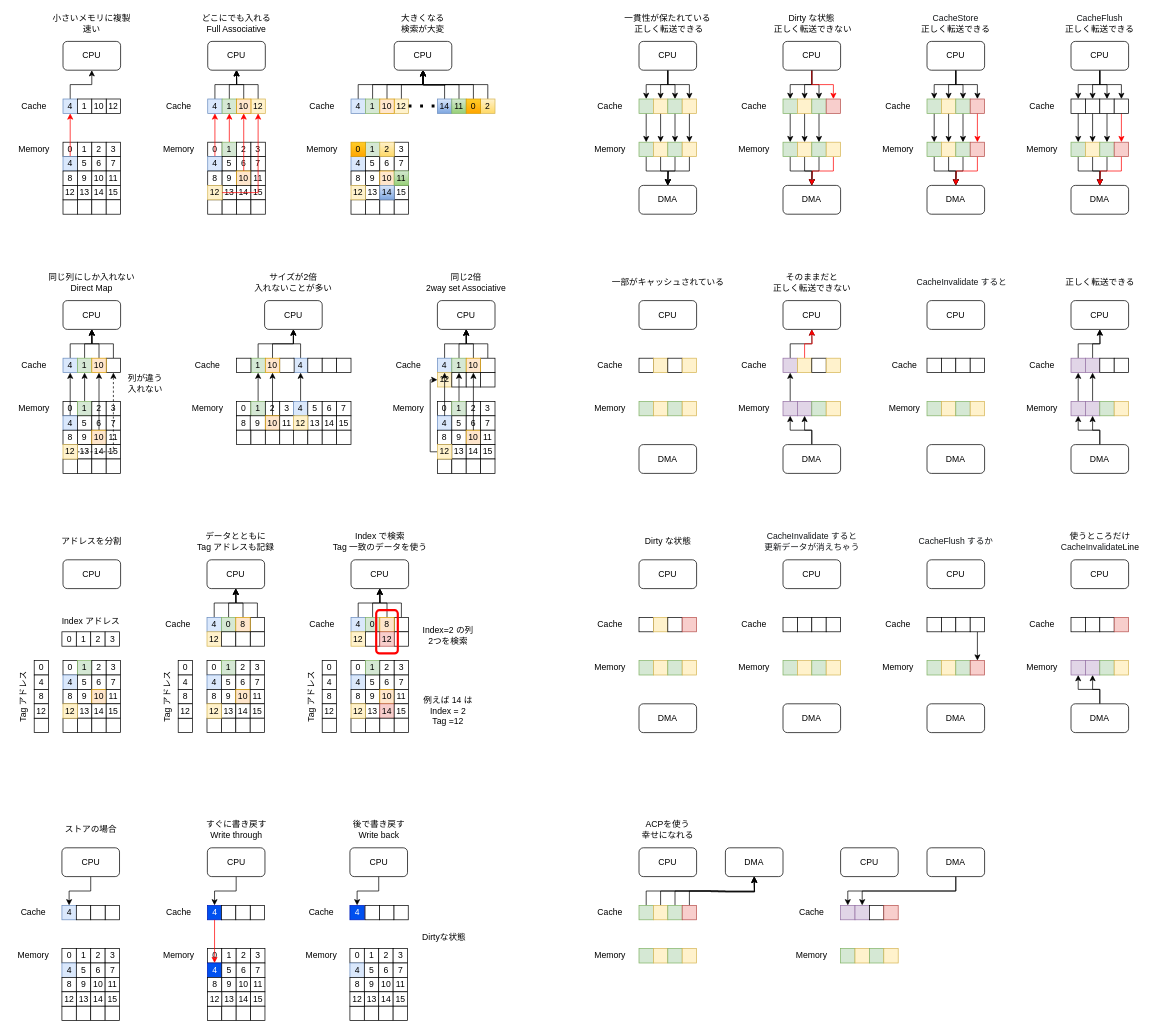
Above: petalinux_dma/Cache/キャッシュ.drawio in tom01h/TIL (draw.io), before the change. Source tidied: cells renumbered, new cells numbered last; positions are measured from the earlier drawing's top-left corner, leaving out a move shared by most shapes. Both pictures are drawn from the tidied source at 72%, with x=0, y=0 at pixel (-24, 12).
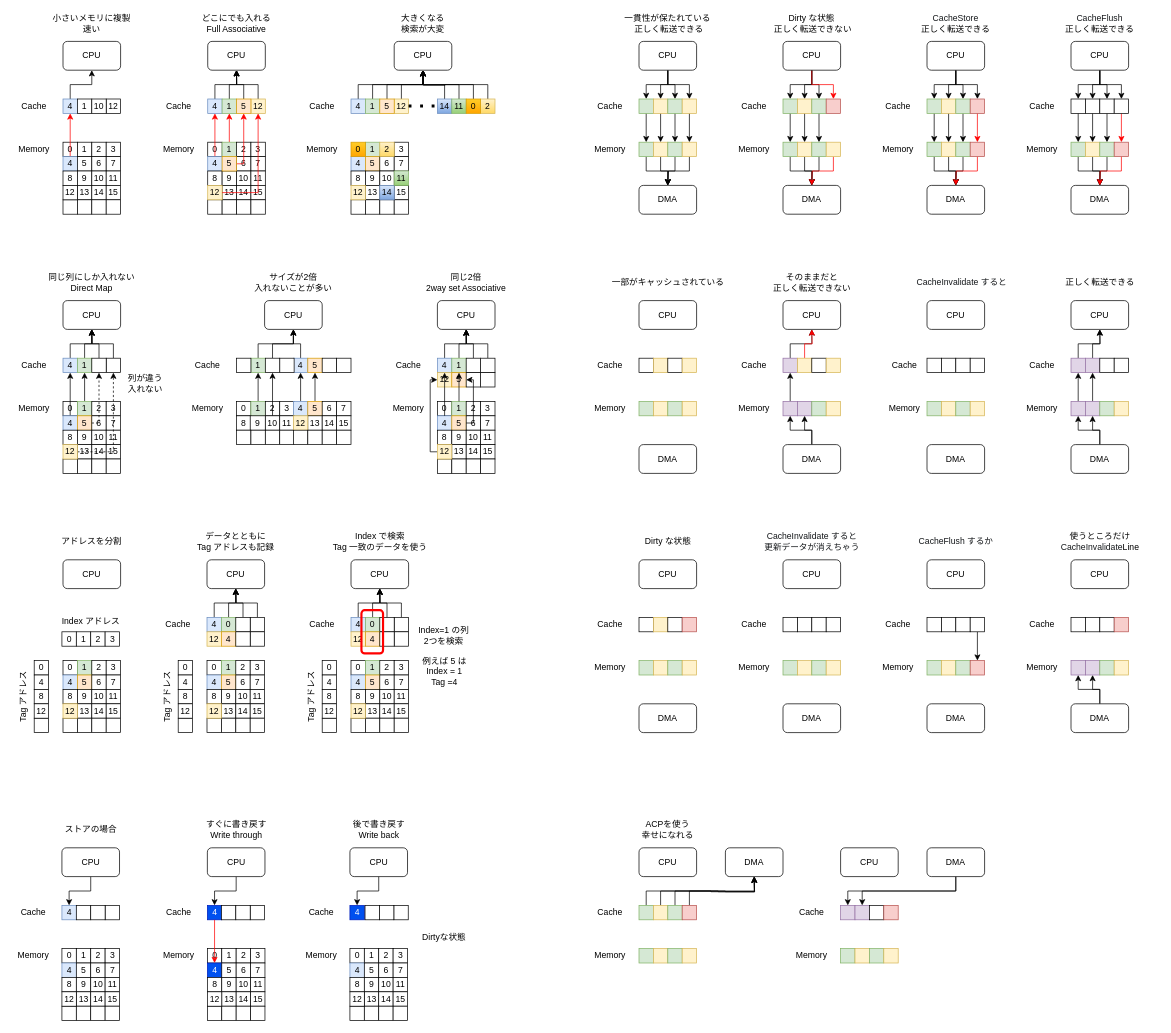
The same page after the edit.

Unchanged cells that the change refers to:
```xml
<mxCell id="375" value="6" style="rounded=0;whiteSpace=wrap;html=1;" parent="1" vertex="1">
  <mxGeometry x="160" y="560" width="20" height="20" as="geometry" />
</mxCell>
<mxCell id="477" style="rounded=0;whiteSpace=wrap;html=1;" parent="1" vertex="1">
  <mxGeometry x="680" y="500" width="20" height="20" as="geometry" />
</mxCell>
```

Change to the diagram source:
```diff
@@
-    <mxCell id="297" value="5" style="rounded=0;whiteSpace=wrap;html=1;" parent="1" vertex="1">
-      <mxGeometry x="341" y="200" width="20" height="20" as="geometry" />
-    </mxCell>
@@
-    <mxCell id="302" style="edgeStyle=orthogonalEdgeStyle;rounded=0;jettySize=auto;html=1;exitX=0.5;exitY=0;exitDx=0;exitDy=0;entryX=0.5;entryY=1;entryDx=0;entryDy=0;strokeColor=#FF0000;" parent="1" edge="1" source="303" target="313">
-      <mxGeometry relative="1" as="geometry" />
-    </mxCell>
-    <mxCell id="303" value="10" style="rounded=0;whiteSpace=wrap;html=1;fillColor=#ffe6cc;strokeColor=#d79b00;" parent="1" vertex="1">
+    <mxCell id="303" value="10" style="rounded=0;whiteSpace=wrap;html=1;" parent="1" vertex="1">
       <mxGeometry x="361" y="220" width="20" height="20" as="geometry" />
     </mxCell>
@@
-    <mxCell id="313" value="10" style="rounded=0;whiteSpace=wrap;html=1;fillColor=#ffe6cc;strokeColor=#d79b00;" parent="1" vertex="1">
+    <mxCell id="313" value="5" style="rounded=0;whiteSpace=wrap;html=1;fillColor=#ffe6cc;strokeColor=#d79b00;" parent="1" vertex="1">
       <mxGeometry x="361" y="120" width="20" height="20" as="geometry" />
     </mxCell>
@@
-    <mxCell id="329" value="5" style="rounded=0;whiteSpace=wrap;html=1;" parent="1" vertex="1">
+    <mxCell id="329" value="5" style="rounded=0;whiteSpace=wrap;html=1;fillColor=#ffe6cc;strokeColor=#d79b00;" parent="1" vertex="1">
       <mxGeometry x="540" y="200" width="20" height="20" as="geometry" />
     </mxCell>
@@
-    <mxCell id="334" value="10" style="rounded=0;whiteSpace=wrap;html=1;fillColor=#ffe6cc;strokeColor=#d79b00;" parent="1" vertex="1">
+    <mxCell id="334" value="10" style="rounded=0;whiteSpace=wrap;html=1;" parent="1" vertex="1">
       <mxGeometry x="560" y="220" width="20" height="20" as="geometry" />
     </mxCell>
@@
-    <mxCell id="342" value="10" style="rounded=0;whiteSpace=wrap;html=1;fillColor=#ffe6cc;strokeColor=#d79b00;" parent="1" vertex="1">
+    <mxCell id="342" value="5" style="rounded=0;whiteSpace=wrap;html=1;fillColor=#ffe6cc;strokeColor=#d79b00;" parent="1" vertex="1">
       <mxGeometry x="560" y="120" width="20" height="20" as="geometry" />
     </mxCell>
@@
-    <mxCell id="374" value="5" style="rounded=0;whiteSpace=wrap;html=1;" parent="1" vertex="1">
+    <mxCell id="374" value="5" style="rounded=0;whiteSpace=wrap;html=1;fillColor=#ffe6cc;strokeColor=#d79b00;" parent="1" vertex="1">
       <mxGeometry x="140" y="560" width="20" height="20" as="geometry" />
     </mxCell>
@@
-    <mxCell id="379" style="edgeStyle=orthogonalEdgeStyle;rounded=0;jettySize=auto;html=1;exitX=0.5;exitY=0;exitDx=0;exitDy=0;entryX=0.5;entryY=1;entryDx=0;entryDy=0;" parent="1" edge="1" source="380" target="390">
-      <mxGeometry relative="1" as="geometry" />
-    </mxCell>
-    <mxCell id="380" value="10" style="rounded=0;whiteSpace=wrap;html=1;fillColor=#ffe6cc;strokeColor=#d79b00;" parent="1" vertex="1">
+    <mxCell id="380" value="10" style="rounded=0;whiteSpace=wrap;html=1;" parent="1" vertex="1">
       <mxGeometry x="160" y="580" width="20" height="20" as="geometry" />
     </mxCell>
@@
-    <mxCell id="390" value="10" style="rounded=0;whiteSpace=wrap;html=1;fillColor=#ffe6cc;strokeColor=#d79b00;" parent="1" vertex="1">
+    <mxCell id="390" style="rounded=0;whiteSpace=wrap;html=1;" parent="1" vertex="1">
       <mxGeometry x="160" y="480" width="20" height="20" as="geometry" />
     </mxCell>
@@
+    <mxCell id="692" style="edgeStyle=orthogonalEdgeStyle;rounded=0;jettySize=auto;html=1;exitX=0.5;exitY=0;exitDx=0;exitDy=0;entryX=0.5;entryY=1;entryDx=0;entryDy=0;strokeColor=#000000;" parent="1" edge="1" source="410" target="433">
+      <mxGeometry relative="1" as="geometry" />
+    </mxCell>
-    <mxCell id="410" value="5" style="rounded=0;whiteSpace=wrap;html=1;" parent="1" vertex="1">
+    <mxCell id="410" value="5" style="rounded=0;whiteSpace=wrap;html=1;fillColor=#ffe6cc;strokeColor=#d79b00;" parent="1" vertex="1">
       <mxGeometry x="460" y="540" width="20" height="20" as="geometry" />
     </mxCell>
@@
-    <mxCell id="416" value="10" style="rounded=0;whiteSpace=wrap;html=1;fillColor=#ffe6cc;strokeColor=#d79b00;" parent="1" vertex="1">
+    <mxCell id="416" value="10" style="rounded=0;whiteSpace=wrap;html=1;" parent="1" vertex="1">
       <mxGeometry x="401" y="560" width="20" height="20" as="geometry" />
     </mxCell>
@@
-    <mxCell id="426" value="10" style="rounded=0;whiteSpace=wrap;html=1;fillColor=#ffe6cc;strokeColor=#d79b00;" parent="1" vertex="1">
+    <mxCell id="426" style="rounded=0;whiteSpace=wrap;html=1;" parent="1" vertex="1">
       <mxGeometry x="401" y="480" width="20" height="20" as="geometry" />
     </mxCell>
@@
-    <mxCell id="433" style="rounded=0;whiteSpace=wrap;html=1;" parent="1" vertex="1">
+    <mxCell id="433" value="5" style="rounded=0;whiteSpace=wrap;html=1;fillColor=#ffe6cc;strokeColor=#d79b00;" parent="1" vertex="1">
       <mxGeometry x="460" y="480" width="20" height="20" as="geometry" />
     </mxCell>
@@
-    <mxCell id="453" value="5" style="rounded=0;whiteSpace=wrap;html=1;" parent="1" vertex="1">
+    <mxCell id="453" value="5" style="rounded=0;whiteSpace=wrap;html=1;fillColor=#ffe6cc;strokeColor=#d79b00;" parent="1" vertex="1">
       <mxGeometry x="660" y="560" width="20" height="20" as="geometry" />
     </mxCell>
@@
-    <mxCell id="459" value="10" style="rounded=0;whiteSpace=wrap;html=1;fillColor=#ffe6cc;strokeColor=#d79b00;" parent="1" vertex="1">
+    <mxCell id="459" value="10" style="rounded=0;whiteSpace=wrap;html=1;" parent="1" vertex="1">
       <mxGeometry x="680" y="580" width="20" height="20" as="geometry" />
     </mxCell>
@@
-    <mxCell id="469" value="10" style="rounded=0;whiteSpace=wrap;html=1;fillColor=#ffe6cc;strokeColor=#d79b00;" parent="1" vertex="1">
+    <mxCell id="469" style="rounded=0;whiteSpace=wrap;html=1;" parent="1" vertex="1">
       <mxGeometry x="680" y="480" width="20" height="20" as="geometry" />
     </mxCell>
@@
-    <mxCell id="474" style="rounded=0;whiteSpace=wrap;html=1;" parent="1" vertex="1">
+    <mxCell id="474" value="5" style="rounded=0;whiteSpace=wrap;html=1;fillColor=#ffe6cc;strokeColor=#d79b00;" parent="1" vertex="1">
       <mxGeometry x="660" y="500" width="20" height="20" as="geometry" />
     </mxCell>
@@
-    <mxCell id="478" style="edgeStyle=orthogonalEdgeStyle;rounded=0;jettySize=auto;html=1;exitX=0.5;exitY=0;exitDx=0;exitDy=0;entryX=0.5;entryY=0;entryDx=0;entryDy=0;" parent="1" edge="1" source="459" target="477">
-      <mxGeometry relative="1" as="geometry">
-        <Array as="points">
-          <mxPoint x="690" y="520" />
-          <mxPoint x="690" y="520" />
-        </Array>
-      </mxGeometry>
-    </mxCell>
@@
-    <mxCell id="569" value="5" style="rounded=0;whiteSpace=wrap;html=1;" parent="1" vertex="1">
+    <mxCell id="569" value="5" style="rounded=0;whiteSpace=wrap;html=1;fillColor=#ffe6cc;strokeColor=#d79b00;" parent="1" vertex="1">
       <mxGeometry x="140" y="920" width="20" height="20" as="geometry" />
     </mxCell>
@@
-    <mxCell id="574" value="10" style="rounded=0;whiteSpace=wrap;html=1;fillColor=#ffe6cc;strokeColor=#d79b00;" parent="1" vertex="1">
+    <mxCell id="574" value="10" style="rounded=0;whiteSpace=wrap;html=1;" parent="1" vertex="1">
       <mxGeometry x="160" y="940" width="20" height="20" as="geometry" />
     </mxCell>
@@
-    <mxCell id="611" value="5" style="rounded=0;whiteSpace=wrap;html=1;" parent="1" vertex="1">
+    <mxCell id="611" value="5" style="rounded=0;whiteSpace=wrap;html=1;fillColor=#ffe6cc;strokeColor=#d79b00;" parent="1" vertex="1">
       <mxGeometry x="340" y="920" width="20" height="20" as="geometry" />
     </mxCell>
@@
-    <mxCell id="617" value="10" style="rounded=0;whiteSpace=wrap;html=1;fillColor=#ffe6cc;strokeColor=#d79b00;" parent="1" vertex="1">
+    <mxCell id="617" value="10" style="rounded=0;whiteSpace=wrap;html=1;" parent="1" vertex="1">
       <mxGeometry x="360" y="940" width="20" height="20" as="geometry" />
     </mxCell>
@@
-    <mxCell id="627" value="8" style="rounded=0;whiteSpace=wrap;html=1;fillColor=#ffe6cc;strokeColor=#d79b00;" parent="1" vertex="1">
+    <mxCell id="627" style="rounded=0;whiteSpace=wrap;html=1;" parent="1" vertex="1">
       <mxGeometry x="360" y="840" width="20" height="20" as="geometry" />
     </mxCell>
@@
-    <mxCell id="630" style="rounded=0;whiteSpace=wrap;html=1;" parent="1" vertex="1">
+    <mxCell id="630" value="4" style="rounded=0;whiteSpace=wrap;html=1;fillColor=#ffe6cc;strokeColor=#d79b00;" parent="1" vertex="1">
       <mxGeometry x="340" y="860" width="20" height="20" as="geometry" />
     </mxCell>
@@
-    <mxCell id="649" value="5" style="rounded=0;whiteSpace=wrap;html=1;" parent="1" vertex="1">
+    <mxCell id="649" value="5" style="rounded=0;whiteSpace=wrap;html=1;fillColor=#ffe6cc;strokeColor=#d79b00;" parent="1" vertex="1">
       <mxGeometry x="540" y="920" width="20" height="20" as="geometry" />
     </mxCell>
@@
-    <mxCell id="655" value="10" style="rounded=0;whiteSpace=wrap;html=1;fillColor=#ffe6cc;strokeColor=#d79b00;" parent="1" vertex="1">
+    <mxCell id="655" value="10" style="rounded=0;whiteSpace=wrap;html=1;" parent="1" vertex="1">
       <mxGeometry x="560" y="940" width="20" height="20" as="geometry" />
     </mxCell>
@@
-    <mxCell id="658" value="14" style="rounded=0;whiteSpace=wrap;html=1;fillColor=#f8cecc;strokeColor=#b85450;" parent="1" vertex="1">
+    <mxCell id="658" value="14" style="rounded=0;whiteSpace=wrap;html=1;" parent="1" vertex="1">
       <mxGeometry x="560" y="960" width="20" height="20" as="geometry" />
     </mxCell>
@@
-    <mxCell id="665" value="8" style="rounded=0;whiteSpace=wrap;html=1;fillColor=#ffe6cc;strokeColor=#d79b00;" parent="1" vertex="1">
+    <mxCell id="665" style="rounded=0;whiteSpace=wrap;html=1;" parent="1" vertex="1">
       <mxGeometry x="560" y="840" width="20" height="20" as="geometry" />
     </mxCell>
@@
-    <mxCell id="668" style="rounded=0;whiteSpace=wrap;html=1;" parent="1" vertex="1">
+    <mxCell id="668" value="4" style="rounded=0;whiteSpace=wrap;html=1;fillColor=#ffe6cc;strokeColor=#d79b00;" parent="1" vertex="1">
       <mxGeometry x="540" y="860" width="20" height="20" as="geometry" />
     </mxCell>
@@
-    <mxCell id="670" value="12" style="rounded=0;whiteSpace=wrap;html=1;fillColor=#f8cecc;strokeColor=#b85450;" parent="1" vertex="1">
+    <mxCell id="670" style="rounded=0;whiteSpace=wrap;html=1;" parent="1" vertex="1">
       <mxGeometry x="560" y="860" width="20" height="20" as="geometry" />
     </mxCell>
-    <mxCell id="671" value="例えば 14 は&lt;br&gt;Index = 2&lt;br&gt;Tag =12" style="text;html=1;strokeColor=none;fillColor=none;align=center;verticalAlign=middle;whiteSpace=wrap;rounded=0;" parent="1" vertex="1">
-      <mxGeometry x="614.5" y="950" width="80" height="40" as="geometry" />
+    <mxCell id="671" value="例えば 5 は&lt;br&gt;Index = 1&lt;br&gt;Tag =4" style="text;html=1;strokeColor=none;fillColor=none;align=center;verticalAlign=middle;whiteSpace=wrap;rounded=0;" parent="1" vertex="1">
+      <mxGeometry x="610" y="895" width="80" height="40" as="geometry" />
     </mxCell>
     <mxCell id="672" style="rounded=1;whiteSpace=wrap;html=1;fillColor=none;strokeWidth=3;strokeColor=#FF0000;" parent="1" vertex="1">
-      <mxGeometry x="555" y="830" width="30" height="60" as="geometry" />
+      <mxGeometry x="534.5" y="830" width="30" height="60" as="geometry" />
     </mxCell>
-    <mxCell id="673" value="Index=2 の列&lt;br&gt;2つを検索" style="text;html=1;strokeColor=none;fillColor=none;align=center;verticalAlign=middle;whiteSpace=wrap;rounded=0;" parent="1" vertex="1">
-      <mxGeometry x="615" y="850" width="80" height="30" as="geometry" />
+    <mxCell id="673" value="Index=1 の列&lt;br&gt;2つを検索" style="text;html=1;strokeColor=none;fillColor=none;align=center;verticalAlign=middle;whiteSpace=wrap;rounded=0;" parent="1" vertex="1">
+      <mxGeometry x="609" y="850" width="80" height="30" as="geometry" />
     </mxCell>
@@
+    <mxCell id="693" style="edgeStyle=orthogonalEdgeStyle;rounded=0;jettySize=auto;html=1;exitX=1;exitY=0.5;exitDx=0;exitDy=0;entryX=0.5;entryY=1;entryDx=0;entryDy=0;strokeColor=#FF0000;" parent="1" edge="1" source="297" target="313">
+      <mxGeometry relative="1" as="geometry">
+        <Array as="points">
+          <mxPoint x="371" y="210" />
+        </Array>
+      </mxGeometry>
+    </mxCell>
+    <mxCell id="297" value="5" style="rounded=0;whiteSpace=wrap;html=1;fillColor=#ffe6cc;strokeColor=#d79b00;" parent="1" vertex="1">
+      <mxGeometry x="341" y="200" width="20" height="20" as="geometry" />
+    </mxCell>
+    <mxCell id="694" style="edgeStyle=orthogonalEdgeStyle;rounded=0;jettySize=auto;html=1;exitX=0;exitY=0.5;exitDx=0;exitDy=0;entryX=0.5;entryY=1;entryDx=0;entryDy=0;dashed=1;" parent="1" edge="1" source="375" target="390">
+      <mxGeometry relative="1" as="geometry">
+        <Array as="points">
+          <mxPoint x="170" y="570" />
+        </Array>
+      </mxGeometry>
+    </mxCell>
+    <mxCell id="695" style="edgeStyle=orthogonalEdgeStyle;rounded=0;jettySize=auto;html=1;exitX=1;exitY=0.5;exitDx=0;exitDy=0;entryX=1;entryY=0.5;entryDx=0;entryDy=0;strokeColor=#000000;" parent="1" edge="1" source="453" target="474">
+      <mxGeometry relative="1" as="geometry">
+        <Array as="points">
+          <mxPoint x="690" y="570" />
+          <mxPoint x="690" y="510" />
+        </Array>
+      </mxGeometry>
+    </mxCell>
```
